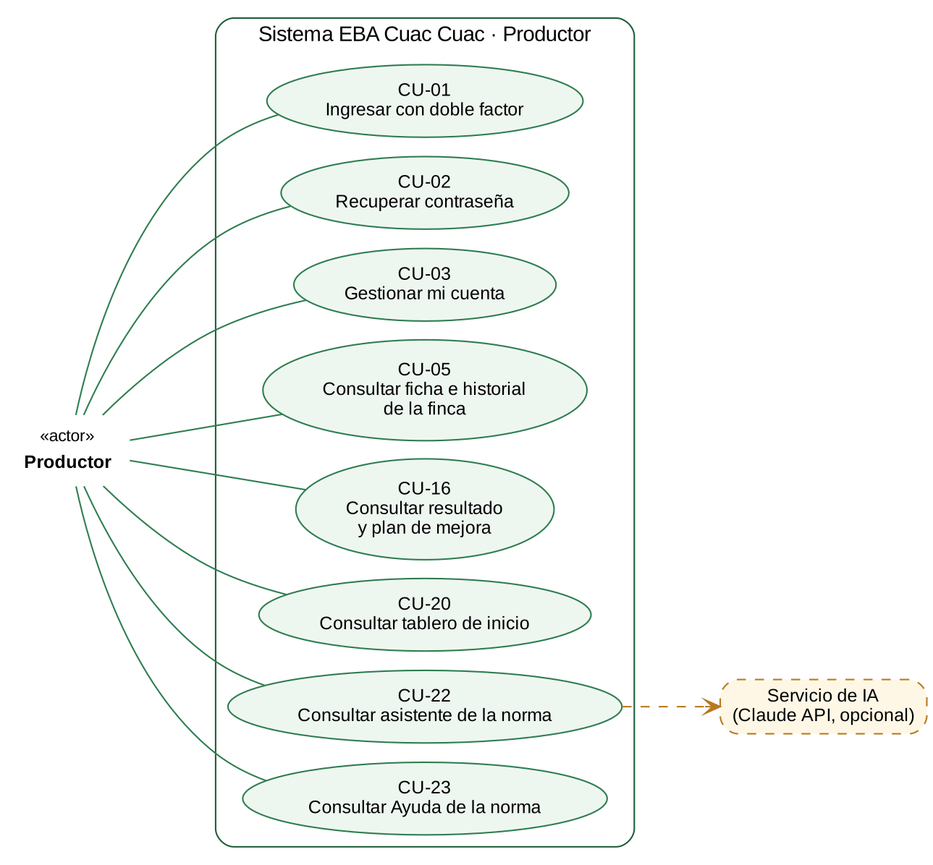
The Graphviz diagram codigo/docs/uml/casos_de_uso/cu_03_productor.png in luisalejandroavilacastillo-stack/EBA_Cuac_Cuac, before a commit. Its source is kept beside it as codigo/docs/uml/fuentes/cu_03_productor.dot.
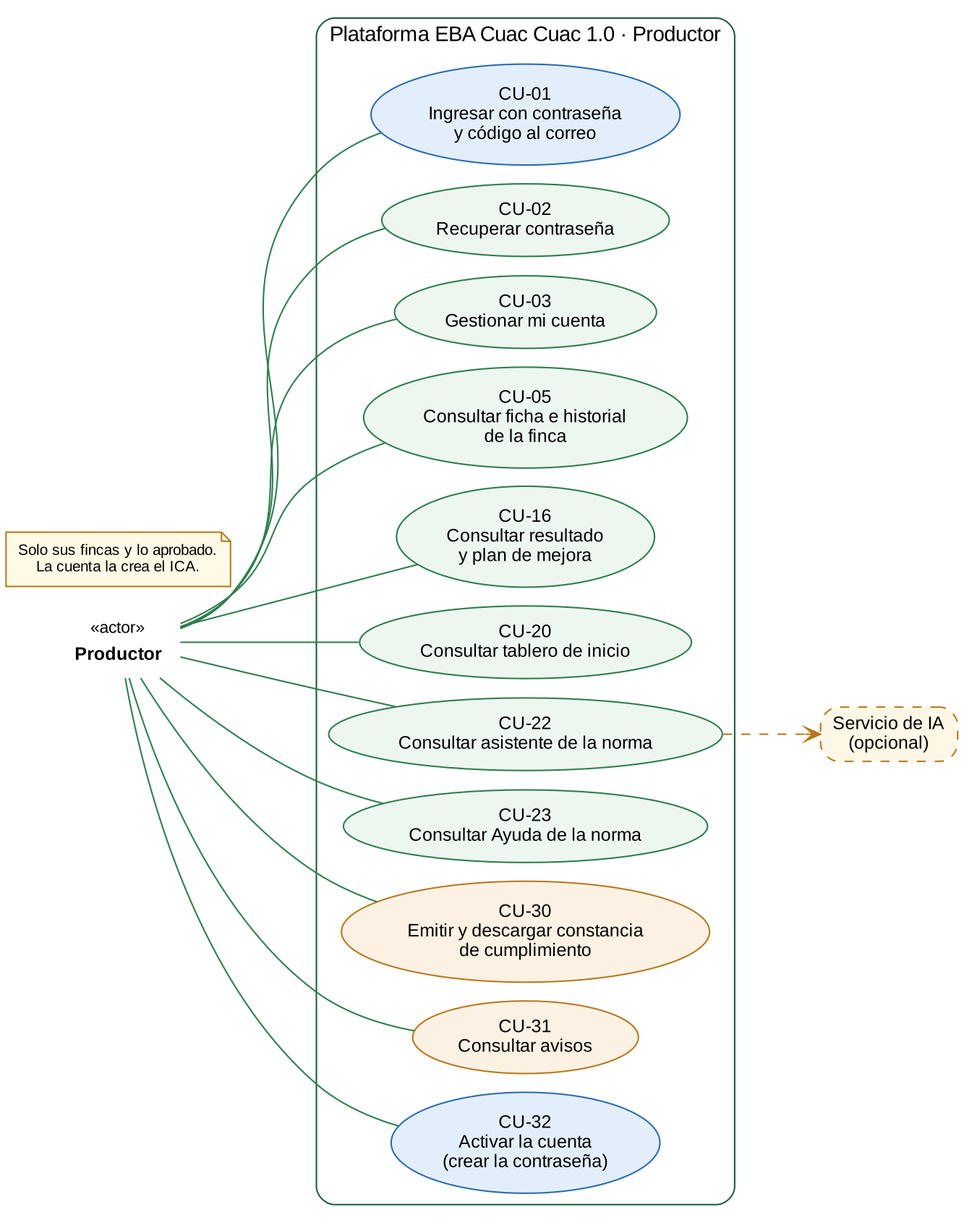
After the change.

Diff of the diagram source:
```diff
@@ -2,9 +2,9 @@
 rankdir=LR; nodesep=0.18; ranksep=0.9; fontname="Arial"; bgcolor="white";
 node [fontname="Arial", fontsize=12]; edge [fontname="Arial", fontsize=10, arrowhead=none, color="#2e7d4f"];
 A [shape=none, label=<<table border="0"><tr><td><font point-size="11" color="#555">«actor»</font></td></tr><tr><td><b>Productor</b></td></tr></table>>];
-subgraph cluster_s { label="Sistema EBA Cuac Cuac · Productor"; style="rounded"; color="#1f5d3a"; fontsize=14;
+subgraph cluster_s { label="Plataforma EBA Cuac Cuac 1.0 · Productor"; style="rounded"; color="#1f5d3a"; fontsize=14;
 node [shape=ellipse, style=filled, fillcolor="#eef6f0", color="#2e7d4f"];
-C1 [label="CU-01\nIngresar con doble factor"];
+C1 [label="CU-01\nIngresar con contraseña\ny código al correo", fillcolor="#e3eefd", color="#2b6cb0"];
 C2 [label="CU-02\nRecuperar contraseña"];
 C3 [label="CU-03\nGestionar mi cuenta"];
 C5 [label="CU-05\nConsultar ficha e historial\nde la finca"];
@@ -12,7 +12,11 @@
 C20 [label="CU-20\nConsultar tablero de inicio"];
 C22 [label="CU-22\nConsultar asistente de la norma"];
 C23 [label="CU-23\nConsultar Ayuda de la norma"];
+C30 [label="CU-30\nEmitir y descargar constancia\nde cumplimiento", fillcolor="#fdf1e3", color="#b7791f"];
+C31 [label="CU-31\nConsultar avisos", fillcolor="#fdf1e3", color="#b7791f"];
+C32 [label="CU-32\nActivar la cuenta\n(crear la contraseña)", fillcolor="#e3eefd", color="#2b6cb0"];
 }
+A -> C32;
 A -> C1;
 A -> C2;
 A -> C3;
@@ -21,6 +25,9 @@
 A -> C20;
 A -> C22;
 A -> C23;
-IA [shape=box, style="rounded,dashed,filled", fillcolor="#fff7e6", color="#b7791f", label="Servicio de IA\n(Claude API, opcional)"];
+A -> C30;
+A -> C31;
+IA [shape=box, style="rounded,dashed,filled", fillcolor="#fff7e6", color="#b7791f", label="Servicio de IA\n(opcional)"];
 C22 -> IA [style=dashed, arrowhead=vee, color="#b7791f"];
+N [shape=note, style=filled, fillcolor="#fffbe6", color="#b7791f", fontsize=10, label="Solo sus fincas y lo aprobado.\nLa cuenta la crea el ICA."];
 }
```
